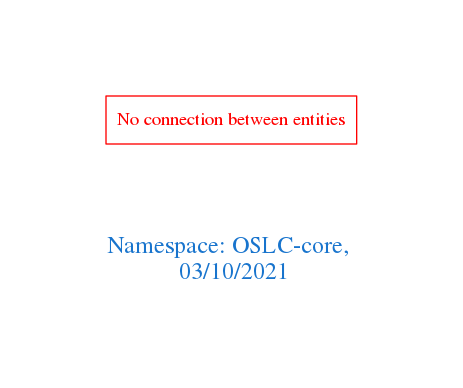
arago/OGIT keeps this Graphviz diagram as downloads/OSLC-core.png. Above is the earlier version. Its source is kept beside it as downloads/OSLC-core.dot.
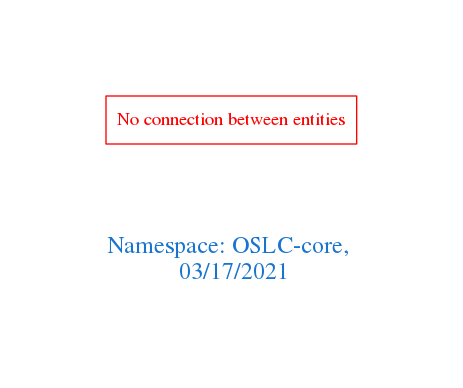
Later version of the same file.

The edit, as a diff of the source:
```diff
@@ -1,7 +1,7 @@
 digraph OGIT_ontology {
  graph [ rankdir= LR,pad=1
 fontsize = 18,
-fontcolor= dodgerblue3,label = "\n\n\nNamespace: OSLC-core, \n 03/10/2021"];
+fontcolor= dodgerblue3,label = "\n\n\nNamespace: OSLC-core, \n 03/17/2021"];
 node[shape=polygon];
 edge [  color="gray81"];
 
```
